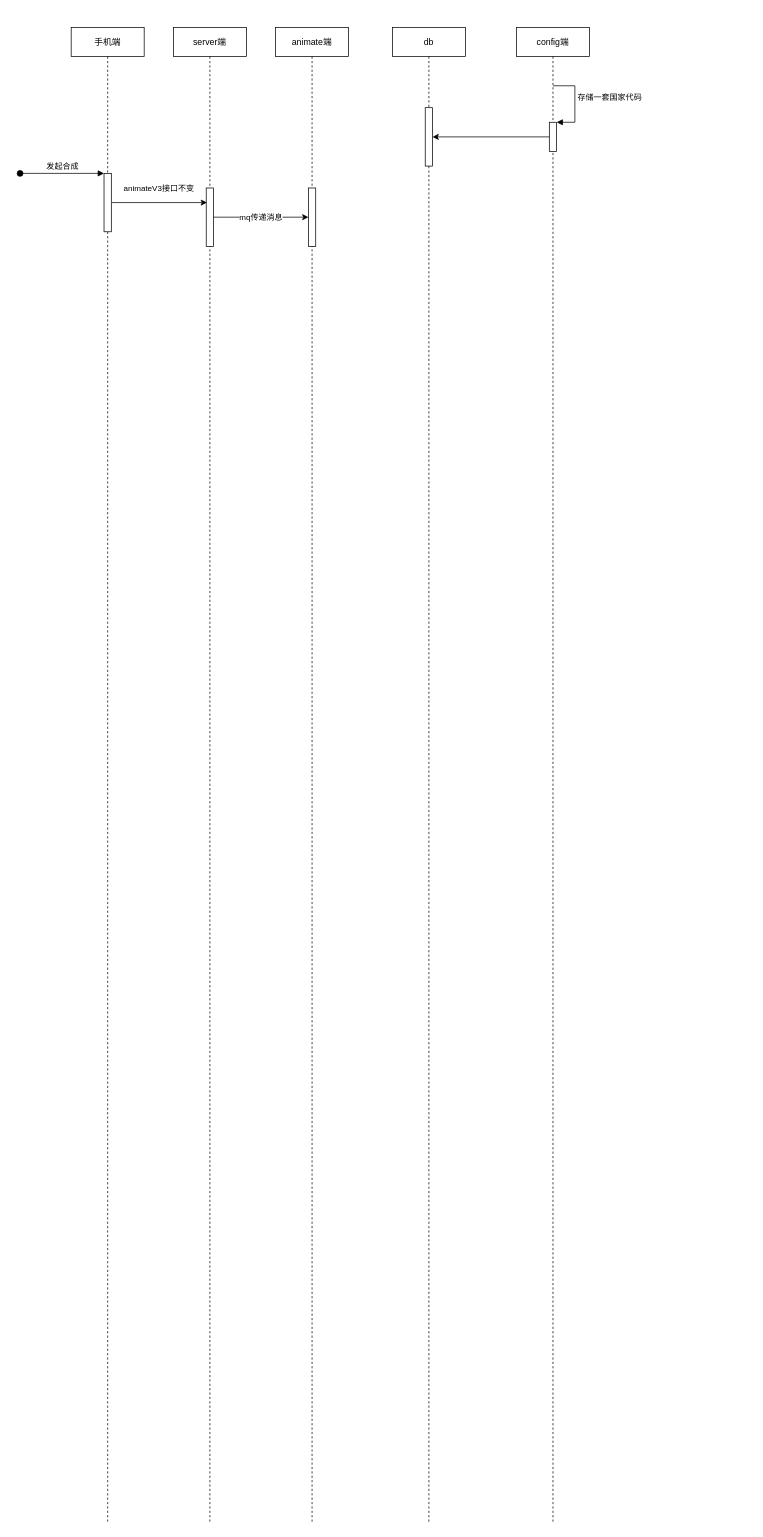
milletzhu/datasource keeps this draw.io diagram as 新玩法layer顺序图.drawio. Above is the earlier version. Source tidied: cells renumbered, new cells numbered last; positions are measured from the earlier drawing's top-left corner, leaving out a move shared by most shapes. Both pictures are drawn from the tidied source at 73%, with x=0, y=0 at pixel (20, 27).
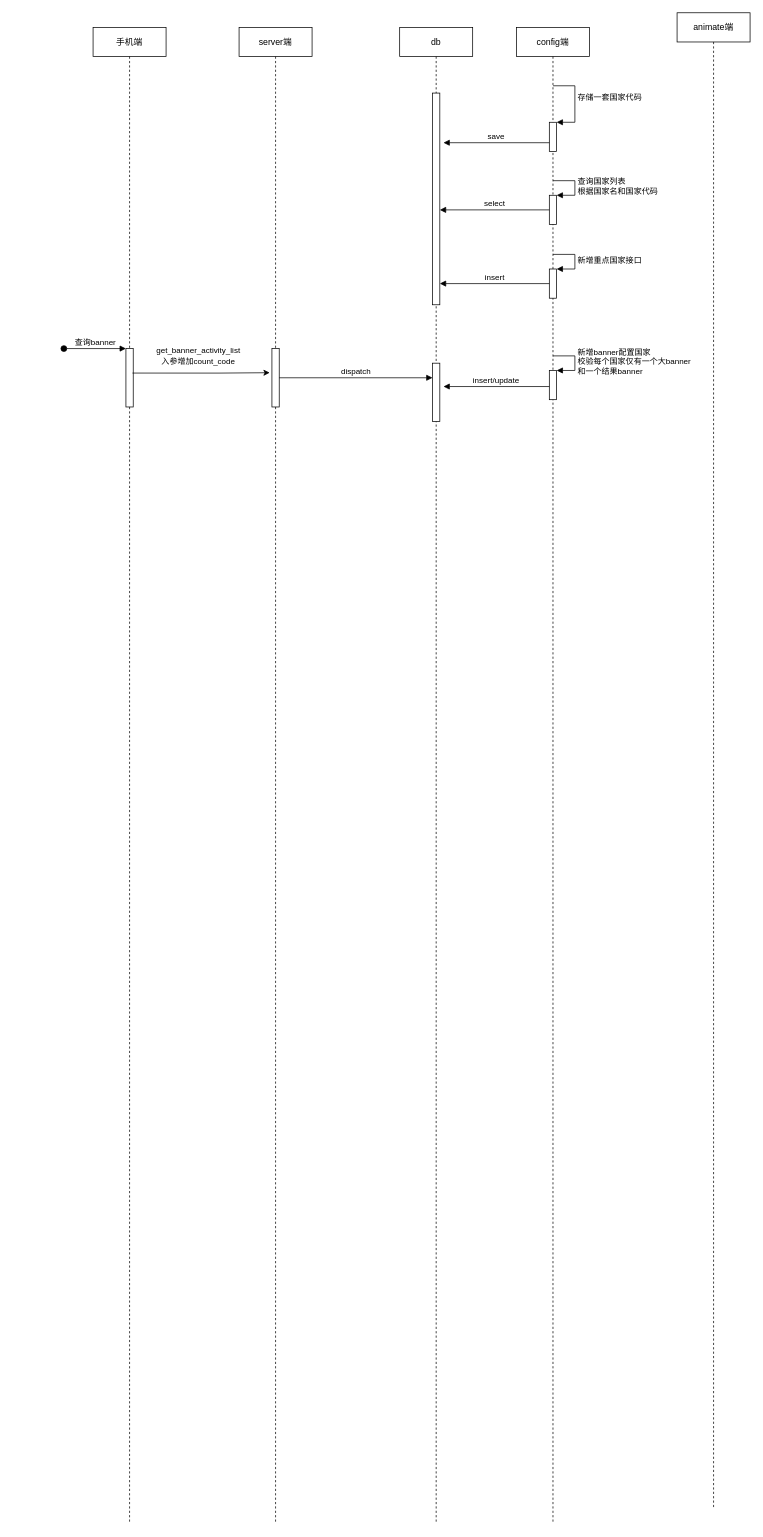
Above is the later version.

Commit message:
更新新玩法layer顺序图.drawio

The change refers to these unchanged cells:
```xml
<mxCell id="11" value="config端" style="shape=umlLifeline;perimeter=lifelinePerimeter;whiteSpace=wrap;html=1;" parent="1" vertex="1">
  <mxGeometry x="680" width="100" height="2050" as="geometry" />
</mxCell>
<mxCell id="12" style="html=1;points=[];perimeter=orthogonalPerimeter;" parent="11" vertex="1">
  <mxGeometry x="45" y="130" width="10" height="40" as="geometry" />
</mxCell>
```

What changed in the source:
```diff
@@
     <mxCell id="2" value="手机端" style="shape=umlLifeline;perimeter=lifelinePerimeter;rounded=0;shadow=0;strokeWidth=1;" parent="1" vertex="1">
-      <mxGeometry x="70" width="100" height="2050" as="geometry" />
+      <mxGeometry x="100" width="100" height="2050" as="geometry" />
     </mxCell>
-    <mxCell id="3" style="html=1;points=[];perimeter=orthogonalPerimeter;" parent="2" vertex="1">
-      <mxGeometry x="45" y="200" width="10" height="80" as="geometry" />
-    </mxCell>
-    <mxCell id="4" value="发起合成" style="html=1;verticalAlign=bottom;startArrow=oval;endArrow=block;startSize=8;rounded=0;" parent="2" edge="1" target="3">
-      <mxGeometry relative="1" as="geometry">
-        <mxPoint x="-70" y="200" as="sourcePoint" />
-      </mxGeometry>
-    </mxCell>
+    <mxCell id="17" style="html=1;points=[];perimeter=orthogonalPerimeter;" parent="2" vertex="1">
+      <mxGeometry x="45" y="440" width="10" height="80" as="geometry" />
+    </mxCell>
+    <mxCell id="18" value="查询banner" style="html=1;verticalAlign=bottom;startArrow=oval;endArrow=block;startSize=8;rounded=0;" parent="2" edge="1" target="17">
+      <mxGeometry relative="1" as="geometry">
+        <mxPoint x="-40" y="440" as="sourcePoint" />
+      </mxGeometry>
+    </mxCell>
     <mxCell id="5" value="server端" style="shape=umlLifeline;perimeter=lifelinePerimeter;rounded=0;shadow=0;strokeWidth=1;" parent="1" vertex="1">
-      <mxGeometry x="210" width="100" height="2050" as="geometry" />
+      <mxGeometry x="300" width="100" height="2050" as="geometry" />
     </mxCell>
-    <mxCell id="6" style="html=1;points=[];perimeter=orthogonalPerimeter;" parent="5" vertex="1">
-      <mxGeometry x="45" y="220" width="10" height="80" as="geometry" />
-    </mxCell>
+    <mxCell id="19" style="html=1;points=[];perimeter=orthogonalPerimeter;" parent="5" vertex="1">
+      <mxGeometry x="45" y="440" width="10" height="80" as="geometry" />
+    </mxCell>
     <mxCell id="7" value="animate端" style="shape=umlLifeline;perimeter=lifelinePerimeter;whiteSpace=wrap;html=1;" parent="1" vertex="1">
-      <mxGeometry x="350" width="100" height="2050" as="geometry" />
+      <mxGeometry x="900" y="-20" width="100" height="2050" as="geometry" />
     </mxCell>
-    <mxCell id="8" style="html=1;points=[];perimeter=orthogonalPerimeter;" parent="7" vertex="1">
-      <mxGeometry x="45" y="220" width="10" height="80" as="geometry" />
-    </mxCell>
     <mxCell id="9" value="db" style="shape=umlLifeline;perimeter=lifelinePerimeter;whiteSpace=wrap;html=1;" parent="1" vertex="1">
-      <mxGeometry x="510" width="100" height="2050" as="geometry" />
+      <mxGeometry x="520" width="100" height="2050" as="geometry" />
     </mxCell>
     <mxCell id="10" style="html=1;points=[];perimeter=orthogonalPerimeter;" parent="9" vertex="1">
-      <mxGeometry x="45" y="110" width="10" height="80" as="geometry" />
+      <mxGeometry x="45" y="90" width="10" height="290" as="geometry" />
     </mxCell>
+    <mxCell id="20" style="html=1;points=[];perimeter=orthogonalPerimeter;" parent="9" vertex="1">
+      <mxGeometry x="45" y="460" width="10" height="80" as="geometry" />
+    </mxCell>
@@
-    <mxCell id="14" value="animateV3接口不变" style="edgeStyle=orthogonalEdgeStyle;rounded=0;orthogonalLoop=1;jettySize=auto;html=1;" parent="1" edge="1">
-      <mxGeometry x="-0.02" y="20" relative="1" as="geometry">
-        <mxPoint x="126" y="240" as="sourcePoint" />
-        <mxPoint x="256" y="240" as="targetPoint" />
-      </mxGeometry>
-    </mxCell>
-    <mxCell id="15" value="mq传递消息" style="edgeStyle=orthogonalEdgeStyle;rounded=0;jettySize=auto;html=1;" parent="1" edge="1" source="6" target="8">
-      <mxGeometry relative="1" as="geometry" />
-    </mxCell>
-    <mxCell id="16" style="edgeStyle=orthogonalEdgeStyle;rounded=0;jettySize=auto;html=1;" parent="1" edge="1" source="12" target="10">
-      <mxGeometry relative="1" as="geometry" />
-    </mxCell>
+    <mxCell id="21" style="html=1;points=[];perimeter=orthogonalPerimeter;" parent="11" vertex="1">
+      <mxGeometry x="45" y="331" width="10" height="40" as="geometry" />
+    </mxCell>
+    <mxCell id="22" value="新增重点国家接口" style="edgeStyle=orthogonalEdgeStyle;html=1;align=left;spacingLeft=2;endArrow=block;rounded=0;entryX=1;entryY=0;" parent="11" edge="1" target="21">
+      <mxGeometry relative="1" as="geometry">
+        <mxPoint x="50" y="311" as="sourcePoint" />
+        <Array as="points">
+          <mxPoint x="80" y="311" />
+        </Array>
+      </mxGeometry>
+    </mxCell>
+    <mxCell id="23" style="html=1;points=[];perimeter=orthogonalPerimeter;" parent="11" vertex="1">
+      <mxGeometry x="45" y="230" width="10" height="40" as="geometry" />
+    </mxCell>
+    <mxCell id="24" value="查询国家列表&lt;br&gt;根据国家名和国家代码" style="edgeStyle=orthogonalEdgeStyle;html=1;align=left;spacingLeft=2;endArrow=block;rounded=0;entryX=1;entryY=0;" parent="11" edge="1" target="23">
+      <mxGeometry relative="1" as="geometry">
+        <mxPoint x="50" y="210" as="sourcePoint" />
+        <Array as="points">
+          <mxPoint x="80" y="210" />
+        </Array>
+      </mxGeometry>
+    </mxCell>
+    <mxCell id="25" style="html=1;points=[];perimeter=orthogonalPerimeter;" parent="11" vertex="1">
+      <mxGeometry x="45" y="470" width="10" height="40" as="geometry" />
+    </mxCell>
+    <mxCell id="26" value="新增banner配置国家&lt;br&gt;校验每个国家仅有一个大banner&lt;br&gt;和一个结果banner" style="edgeStyle=orthogonalEdgeStyle;html=1;align=left;spacingLeft=2;endArrow=block;rounded=0;entryX=1;entryY=0;" parent="11" edge="1" target="25">
+      <mxGeometry relative="1" as="geometry">
+        <mxPoint x="50" y="450" as="sourcePoint" />
+        <Array as="points">
+          <mxPoint x="80" y="450" />
+        </Array>
+      </mxGeometry>
+    </mxCell>
+    <mxCell id="27" value="save" style="html=1;verticalAlign=bottom;endArrow=block;rounded=0;exitX=0;exitY=0.7;exitDx=0;exitDy=0;exitPerimeter=0;" parent="1" edge="1" source="12">
+      <mxGeometry relative="1" as="geometry">
+        <mxPoint x="580" y="158" as="targetPoint" />
+      </mxGeometry>
+    </mxCell>
+    <mxCell id="28" value="select" style="html=1;verticalAlign=bottom;endArrow=block;rounded=0;" parent="1" edge="1" source="23" target="10">
+      <mxGeometry relative="1" as="geometry" />
+    </mxCell>
+    <mxCell id="29" value="insert" style="html=1;verticalAlign=bottom;endArrow=block;rounded=0;" parent="1" edge="1" source="21" target="10">
+      <mxGeometry relative="1" as="geometry" />
+    </mxCell>
+    <mxCell id="30" value="insert/update" style="html=1;verticalAlign=bottom;endArrow=block;rounded=0;entryX=1.5;entryY=0.4;entryDx=0;entryDy=0;entryPerimeter=0;" parent="1" edge="1" source="25" target="20">
+      <mxGeometry relative="1" as="geometry" />
+    </mxCell>
+    <mxCell id="31" style="edgeStyle=orthogonalEdgeStyle;rounded=0;jettySize=auto;html=1;exitX=0.54;exitY=0.231;exitDx=0;exitDy=0;exitPerimeter=0;entryX=-0.3;entryY=0.413;entryDx=0;entryDy=0;entryPerimeter=0;" parent="1" edge="1" source="2" target="19">
+      <mxGeometry relative="1" as="geometry" />
+    </mxCell>
+    <mxCell id="32" value="get_banner_activity_list&lt;br&gt;入参增加count_code" style="edgeLabel;html=1;align=center;verticalAlign=middle;" parent="31" vertex="1">
+      <mxGeometry x="-0.05" y="-1" relative="1" as="geometry">
+        <mxPoint y="-25" as="offset" />
+      </mxGeometry>
+    </mxCell>
+    <mxCell id="33" value="dispatch" style="html=1;verticalAlign=bottom;endArrow=block;rounded=0;" parent="1" edge="1" source="19" target="20">
+      <mxGeometry relative="1" as="geometry" />
+    </mxCell>
```
